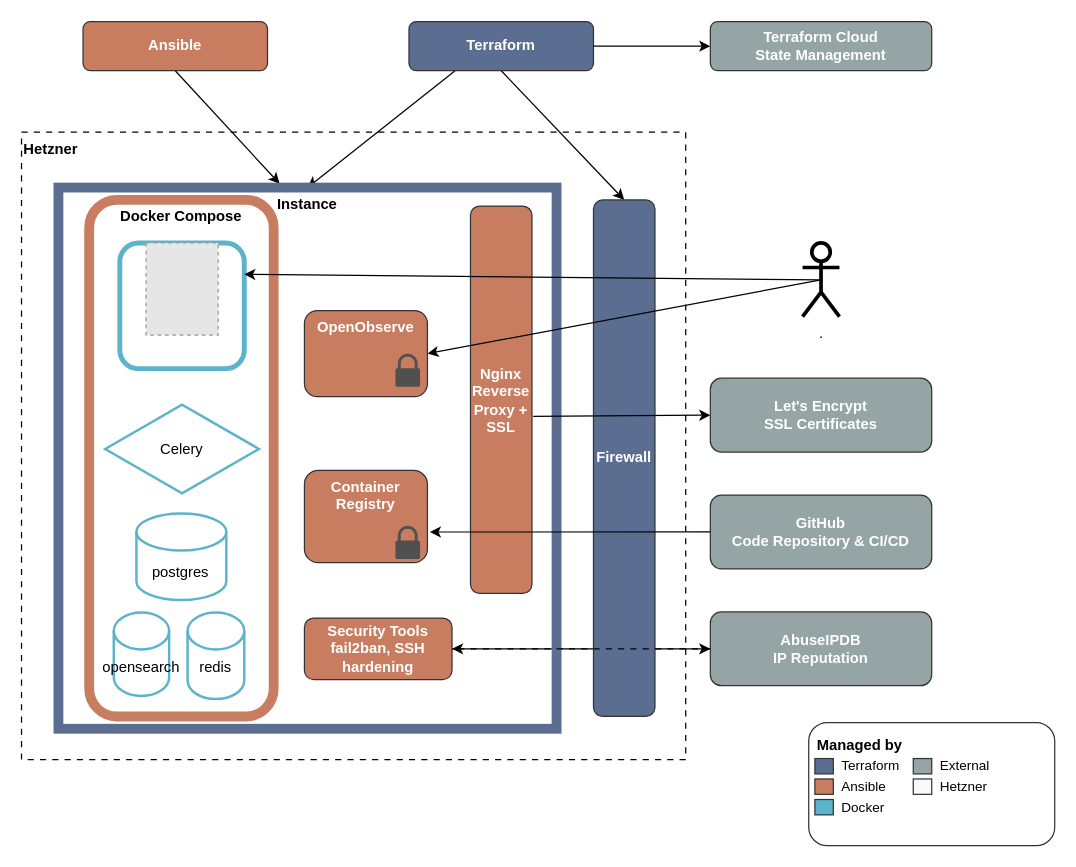
This is docs/architecture.drawio from rednaw/iac, a draw.io file, before an edit. Source tidied: cells renumbered, new cells numbered last; positions are measured from the earlier drawing's top-left corner, leaving out a move shared by most shapes. Both pictures are drawn from the tidied source at 123%, with x=0, y=0 at pixel (21, 21). Pictures stored in the file or linked from it are replaced by grey dashed boxes.
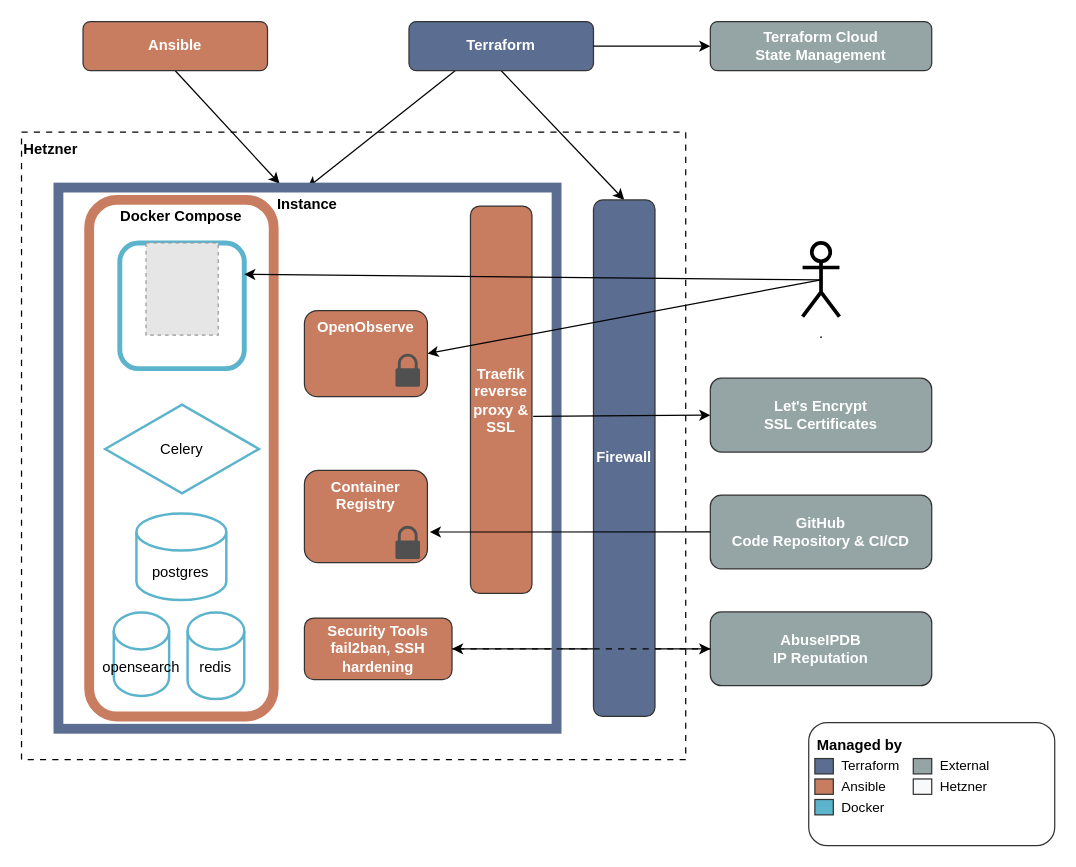
The same page after the edit.

Change to the diagram source:
```diff
@@
-    <mxCell id="28" value="Nginx&#10;Reverse Proxy + SSL" style="rounded=1;whiteSpace=wrap;html=1;fillColor=#C97D60;strokeColor=#333333;fontColor=#FFFFFF;fontStyle=1;" parent="1" vertex="1">
+    <mxCell id="28" value="Traefik reverse proxy &amp;amp; SSL" style="rounded=1;whiteSpace=wrap;html=1;fillColor=#C97D60;strokeColor=#333333;fontColor=#FFFFFF;fontStyle=1;" parent="1" vertex="1">
       <mxGeometry x="365" y="150" width="50" height="315" as="geometry" />
     </mxCell>
```
